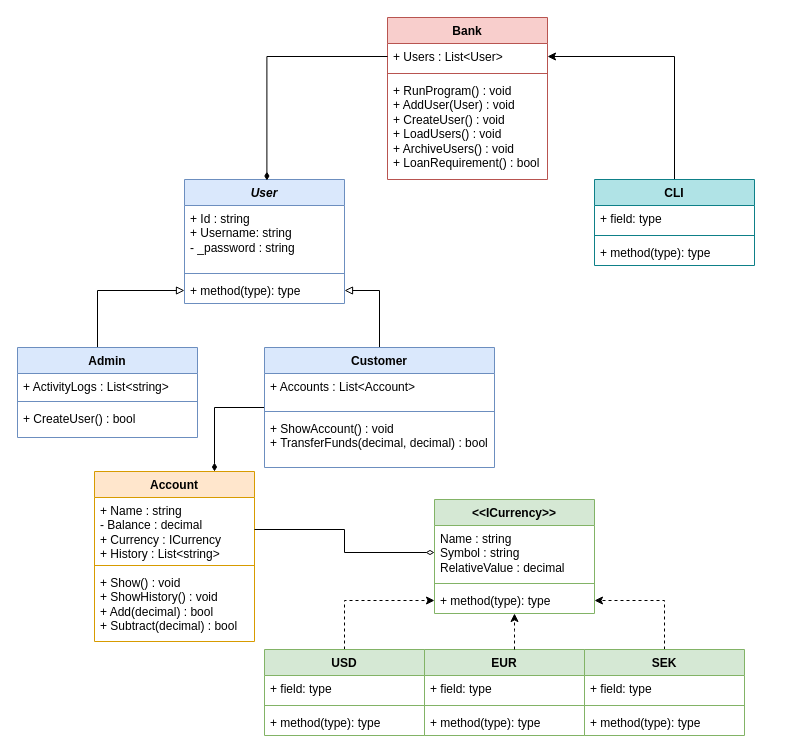
The draw.io diagram JediBank.drawio in glennka1337/JediBank, before the edit. Source tidied: cells renumbered, new cells numbered last; positions are measured from the earlier drawing's top-left corner, leaving out a move shared by most shapes. Both pictures are drawn from the tidied source at 100%, with x=0, y=0 at pixel (17, 17).
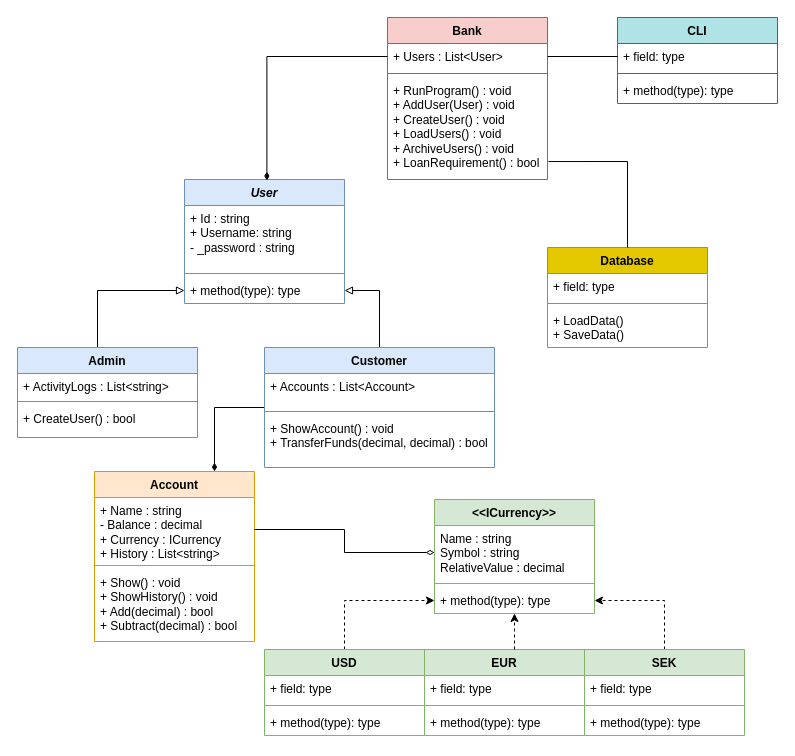
Above is the later version.

The change refers to these unchanged cells:
```xml
<mxCell id="42" value="+ Users : List&amp;lt;User&amp;gt;" style="text;strokeColor=none;fillColor=none;align=left;verticalAlign=top;spacingLeft=4;spacingRight=4;overflow=hidden;points=[[0,0.5],[1,0.5]];portConstraint=eastwest;whiteSpace=wrap;html=1;" parent="41" vertex="1">
  <mxGeometry y="26" width="160" height="26" as="geometry" />
</mxCell>
<mxCell id="44" value="+ RunProgram() : void&lt;div&gt;+ AddUser(User) : void&lt;/div&gt;&lt;div&gt;+ CreateUser() : void&lt;/div&gt;&lt;div&gt;+ LoadUsers() : void&lt;/div&gt;&lt;div&gt;+ ArchiveUsers() : void&lt;/div&gt;&lt;div&gt;+ LoanRequirement() : bool&lt;/div&gt;" style="text;strokeColor=none;fillColor=none;align=left;verticalAlign=top;spacingLeft=4;spacingRight=4;overflow=hidden;points=[[0,0.5],[1,0.5]];portConstraint=eastwest;whiteSpace=wrap;html=1;" parent="41" vertex="1">
  <mxGeometry y="60" width="160" height="102" as="geometry" />
</mxCell>
<mxCell id="48" value="+ field: type" style="text;strokeColor=none;fillColor=none;align=left;verticalAlign=top;spacingLeft=4;spacingRight=4;overflow=hidden;points=[[0,0.5],[1,0.5]];portConstraint=eastwest;whiteSpace=wrap;html=1;" parent="47" vertex="1">
  <mxGeometry y="26" width="160" height="26" as="geometry" />
</mxCell>
```

Diff of the diagram source:
```diff
@@
-    <mxCell id="46" style="edgeStyle=orthogonalEdgeStyle;rounded=0;jettySize=auto;html=1;entryX=1;entryY=0.5;entryDx=0;entryDy=0;" parent="1" edge="1" source="47" target="42">
-      <mxGeometry relative="1" as="geometry" />
-    </mxCell>
     <mxCell id="47" value="CLI" style="swimlane;fontStyle=1;align=center;verticalAlign=top;horizontal=1;startSize=26;whiteSpace=wrap;html=1;fillColor=#b0e3e6;strokeColor=#0e8088;" parent="1" vertex="1">
-      <mxGeometry x="577" y="162" width="160" height="86" as="geometry" />
+      <mxGeometry x="600" width="160" height="86" as="geometry" />
     </mxCell>
@@
+    <mxCell id="51" style="edgeStyle=orthogonalEdgeStyle;rounded=0;jettySize=auto;html=1;endArrow=none;endFill=0;" parent="1" edge="1" source="48" target="42">
+      <mxGeometry relative="1" as="geometry" />
+    </mxCell>
+    <mxCell id="52" value="Database" style="swimlane;fontStyle=1;align=center;verticalAlign=top;horizontal=1;startSize=26;whiteSpace=wrap;html=1;fillColor=#e3c800;strokeColor=#B09500;fontColor=#000000;" parent="1" vertex="1">
+      <mxGeometry x="530" y="230" width="160" height="100" as="geometry" />
+    </mxCell>
+    <mxCell id="53" value="+ field: type" style="text;strokeColor=none;fillColor=none;align=left;verticalAlign=top;spacingLeft=4;spacingRight=4;overflow=hidden;whiteSpace=wrap;html=1;" parent="52" vertex="1">
+      <mxGeometry y="26" width="160" height="26" as="geometry" />
+    </mxCell>
+    <mxCell id="54" style="line;strokeWidth=1;fillColor=none;align=left;verticalAlign=middle;spacingTop=-1;spacingLeft=3;spacingRight=3;labelPosition=right;strokeColor=inherit;" parent="52" vertex="1">
+      <mxGeometry y="52" width="160" height="8" as="geometry" />
+    </mxCell>
+    <mxCell id="55" value="+ LoadData()&lt;div&gt;+ SaveData()&lt;/div&gt;" style="text;strokeColor=none;fillColor=none;align=left;verticalAlign=top;spacingLeft=4;spacingRight=4;overflow=hidden;whiteSpace=wrap;html=1;" parent="52" vertex="1">
+      <mxGeometry y="60" width="160" height="40" as="geometry" />
+    </mxCell>
+    <mxCell id="56" style="edgeStyle=orthogonalEdgeStyle;rounded=0;jettySize=auto;html=1;entryX=1.006;entryY=0.824;entryDx=0;entryDy=0;entryPerimeter=0;endArrow=none;endFill=0;" parent="1" edge="1" source="52" target="44">
+      <mxGeometry relative="1" as="geometry" />
+    </mxCell>
```
